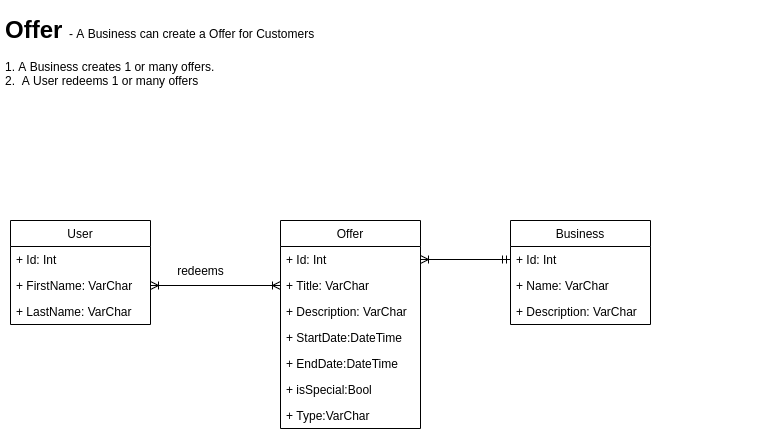
The draw.io diagram offer/docs/offer_erd.png in surajit003/mubango, before a commit. Source tidied: cells renumbered, new cells last; positions are measured from the earlier drawing's top-left corner, leaving out a move shared by most shapes. Its diagram source:
```xml
<mxGraphModel>
  <root>
    <mxCell id="0" />
    <mxCell id="1" parent="0" />
    <mxCell id="2" value="Offer" style="swimlane;fontStyle=0;horizontal=1;startSize=26;fillColor=none;" parent="1" vertex="1">
      <mxGeometry x="280" y="210" width="140" height="208" as="geometry" />
    </mxCell>
    <mxCell id="3" value="+ Id: Int" style="text;strokeColor=none;fillColor=none;align=left;verticalAlign=top;spacingLeft=4;spacingRight=4;overflow=hidden;points=[[0,0.5],[1,0.5]];portConstraint=eastwest;" parent="2" vertex="1">
      <mxGeometry y="26" width="140" height="26" as="geometry" />
    </mxCell>
    <mxCell id="4" value="+ Title: VarChar" style="text;strokeColor=none;fillColor=none;align=left;verticalAlign=top;spacingLeft=4;spacingRight=4;overflow=hidden;points=[[0,0.5],[1,0.5]];portConstraint=eastwest;" parent="2" vertex="1">
      <mxGeometry y="52" width="140" height="26" as="geometry" />
    </mxCell>
    <mxCell id="5" value="+ Description: VarChar" style="text;strokeColor=none;fillColor=none;align=left;verticalAlign=top;spacingLeft=4;spacingRight=4;overflow=hidden;" parent="2" vertex="1">
      <mxGeometry y="78" width="140" height="26" as="geometry" />
    </mxCell>
    <mxCell id="6" value="+ StartDate:DateTime" style="text;strokeColor=none;fillColor=none;align=left;verticalAlign=top;spacingLeft=4;spacingRight=4;overflow=hidden;" parent="2" vertex="1">
      <mxGeometry y="104" width="140" height="26" as="geometry" />
    </mxCell>
    <mxCell id="7" value="+ EndDate:DateTime" style="text;strokeColor=none;fillColor=none;align=left;verticalAlign=top;spacingLeft=4;spacingRight=4;overflow=hidden;" parent="2" vertex="1">
      <mxGeometry y="130" width="140" height="26" as="geometry" />
    </mxCell>
    <mxCell id="8" value="+ isSpecial:Bool" style="text;strokeColor=none;fillColor=none;align=left;verticalAlign=top;spacingLeft=4;spacingRight=4;overflow=hidden;" parent="2" vertex="1">
      <mxGeometry y="156" width="140" height="26" as="geometry" />
    </mxCell>
    <mxCell id="9" value="+ Type:VarChar" style="text;strokeColor=none;fillColor=none;align=left;verticalAlign=top;spacingLeft=4;spacingRight=4;overflow=hidden;" parent="2" vertex="1">
      <mxGeometry y="182" width="140" height="26" as="geometry" />
    </mxCell>
    <mxCell id="10" value="&lt;h1&gt;&lt;span&gt;Offer &lt;span style=&quot;font-size: 12px ; font-weight: 400&quot;&gt;- A Business can create a Offer for Customers&lt;/span&gt;&lt;/span&gt;&lt;br&gt;&lt;/h1&gt;&lt;div&gt;&lt;span&gt;&lt;span style=&quot;font-size: 12px ; font-weight: 400&quot;&gt;1. A Business creates 1 or many offers.&lt;/span&gt;&lt;/span&gt;&lt;/div&gt;&lt;div&gt;&lt;span&gt;&lt;span style=&quot;font-size: 12px ; font-weight: 400&quot;&gt;2.&amp;nbsp; A User redeems 1 or many offers&lt;/span&gt;&lt;/span&gt;&lt;/div&gt;" style="text;html=1;strokeColor=none;fillColor=none;spacing=5;spacingTop=-20;whiteSpace=wrap;overflow=hidden;rounded=0;" parent="1" vertex="1">
      <mxGeometry width="770" height="120" as="geometry" />
    </mxCell>
    <mxCell id="11" value="Business" style="swimlane;fontStyle=0;horizontal=1;startSize=26;fillColor=none;" parent="1" vertex="1">
      <mxGeometry x="510" y="210" width="140" height="104" as="geometry" />
    </mxCell>
    <mxCell id="12" value="+ Id: Int" style="text;strokeColor=none;fillColor=none;align=left;verticalAlign=top;spacingLeft=4;spacingRight=4;overflow=hidden;points=[[0,0.5],[1,0.5]];portConstraint=eastwest;" parent="11" vertex="1">
      <mxGeometry y="26" width="140" height="26" as="geometry" />
    </mxCell>
    <mxCell id="13" value="+ Name: VarChar" style="text;strokeColor=none;fillColor=none;align=left;verticalAlign=top;spacingLeft=4;spacingRight=4;overflow=hidden;" parent="11" vertex="1">
      <mxGeometry y="52" width="140" height="26" as="geometry" />
    </mxCell>
    <mxCell id="14" value="+ Description: VarChar" style="text;strokeColor=none;fillColor=none;align=left;verticalAlign=top;spacingLeft=4;spacingRight=4;overflow=hidden;" parent="11" vertex="1">
      <mxGeometry y="78" width="140" height="26" as="geometry" />
    </mxCell>
    <mxCell id="15" style="edgeStyle=orthogonalEdgeStyle;rounded=0;jettySize=auto;html=1;entryX=1;entryY=0.5;entryDx=0;entryDy=0;startArrow=ERmandOne;startFill=0;endArrow=ERoneToMany;endFill=0;" parent="1" edge="1" source="12" target="3">
      <mxGeometry relative="1" as="geometry" />
    </mxCell>
    <mxCell id="16" value="User" style="swimlane;fontStyle=0;horizontal=1;startSize=26;fillColor=none;" parent="1" vertex="1">
      <mxGeometry x="10" y="210" width="140" height="104" as="geometry" />
    </mxCell>
    <mxCell id="17" value="+ Id: Int" style="text;strokeColor=none;fillColor=none;align=left;verticalAlign=top;spacingLeft=4;spacingRight=4;overflow=hidden;" parent="16" vertex="1">
      <mxGeometry y="26" width="140" height="26" as="geometry" />
    </mxCell>
    <mxCell id="18" value="+ FirstName: VarChar" style="text;strokeColor=none;fillColor=none;align=left;verticalAlign=top;spacingLeft=4;spacingRight=4;overflow=hidden;points=[[0,0.5],[1,0.5]];portConstraint=eastwest;" parent="16" vertex="1">
      <mxGeometry y="52" width="140" height="26" as="geometry" />
    </mxCell>
    <mxCell id="19" value="+ LastName: VarChar" style="text;strokeColor=none;fillColor=none;align=left;verticalAlign=top;spacingLeft=4;spacingRight=4;overflow=hidden;" parent="16" vertex="1">
      <mxGeometry y="78" width="140" height="26" as="geometry" />
    </mxCell>
    <mxCell id="20" style="edgeStyle=orthogonalEdgeStyle;rounded=0;jettySize=auto;html=1;exitX=1;exitY=0.5;exitDx=0;exitDy=0;entryX=0;entryY=0.5;entryDx=0;entryDy=0;startArrow=ERoneToMany;startFill=0;endArrow=ERoneToMany;endFill=0;" parent="1" edge="1" source="18" target="4">
      <mxGeometry relative="1" as="geometry" />
    </mxCell>
    <mxCell id="21" value="redeems" style="text;html=1;align=center;verticalAlign=middle;" parent="1" vertex="1">
      <mxGeometry x="170" y="250" width="60" height="20" as="geometry" />
    </mxCell>
  </root>
</mxGraphModel>
```
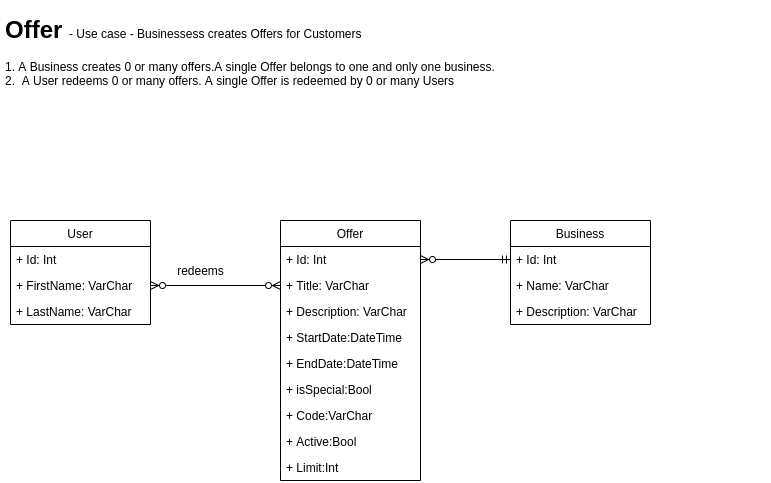
Above is the later version.

Diff of the diagram source:
```diff
@@ -3,7 +3,7 @@
     <mxCell id="0" />
     <mxCell id="1" parent="0" />
     <mxCell id="2" value="Offer" style="swimlane;fontStyle=0;horizontal=1;startSize=26;fillColor=none;" parent="1" vertex="1">
-      <mxGeometry x="280" y="210" width="140" height="208" as="geometry" />
+      <mxGeometry x="280" y="210" width="140" height="260" as="geometry" />
     </mxCell>
     <mxCell id="3" value="+ Id: Int" style="text;strokeColor=none;fillColor=none;align=left;verticalAlign=top;spacingLeft=4;spacingRight=4;overflow=hidden;points=[[0,0.5],[1,0.5]];portConstraint=eastwest;" parent="2" vertex="1">
       <mxGeometry y="26" width="140" height="26" as="geometry" />
@@ -23,10 +23,16 @@
     <mxCell id="8" value="+ isSpecial:Bool" style="text;strokeColor=none;fillColor=none;align=left;verticalAlign=top;spacingLeft=4;spacingRight=4;overflow=hidden;" parent="2" vertex="1">
       <mxGeometry y="156" width="140" height="26" as="geometry" />
     </mxCell>
-    <mxCell id="9" value="+ Type:VarChar" style="text;strokeColor=none;fillColor=none;align=left;verticalAlign=top;spacingLeft=4;spacingRight=4;overflow=hidden;" parent="2" vertex="1">
+    <mxCell id="9" value="+ Code:VarChar" style="text;strokeColor=none;fillColor=none;align=left;verticalAlign=top;spacingLeft=4;spacingRight=4;overflow=hidden;" parent="2" vertex="1">
       <mxGeometry y="182" width="140" height="26" as="geometry" />
     </mxCell>
+    <mxCell id="22" value="+ Active:Bool" style="text;strokeColor=none;fillColor=none;align=left;verticalAlign=top;spacingLeft=4;spacingRight=4;overflow=hidden;" parent="2" vertex="1">
+      <mxGeometry y="208" width="140" height="26" as="geometry" />
+    </mxCell>
+    <mxCell id="23" value="+ Limit:Int" style="text;strokeColor=none;fillColor=none;align=left;verticalAlign=top;spacingLeft=4;spacingRight=4;overflow=hidden;" parent="2" vertex="1">
+      <mxGeometry y="234" width="140" height="26" as="geometry" />
+    </mxCell>
-    <mxCell id="10" value="&lt;h1&gt;&lt;span&gt;Offer &lt;span style=&quot;font-size: 12px ; font-weight: 400&quot;&gt;- A Business can create a Offer for Customers&lt;/span&gt;&lt;/span&gt;&lt;br&gt;&lt;/h1&gt;&lt;div&gt;&lt;span&gt;&lt;span style=&quot;font-size: 12px ; font-weight: 400&quot;&gt;1. A Business creates 1 or many offers.&lt;/span&gt;&lt;/span&gt;&lt;/div&gt;&lt;div&gt;&lt;span&gt;&lt;span style=&quot;font-size: 12px ; font-weight: 400&quot;&gt;2.&amp;nbsp; A User redeems 1 or many offers&lt;/span&gt;&lt;/span&gt;&lt;/div&gt;" style="text;html=1;strokeColor=none;fillColor=none;spacing=5;spacingTop=-20;whiteSpace=wrap;overflow=hidden;rounded=0;" parent="1" vertex="1">
+    <mxCell id="10" value="&lt;h1&gt;&lt;span&gt;Offer &lt;span style=&quot;font-size: 12px ; font-weight: 400&quot;&gt;- Use case - Businessess creates Offers for Customers&lt;/span&gt;&lt;/span&gt;&lt;br&gt;&lt;/h1&gt;&lt;div&gt;&lt;span&gt;&lt;span style=&quot;font-size: 12px ; font-weight: 400&quot;&gt;1. A Business creates 0 or many offers.A single Offer belongs to one and only one business.&lt;/span&gt;&lt;/span&gt;&lt;/div&gt;&lt;div&gt;&lt;span&gt;&lt;span style=&quot;font-size: 12px ; font-weight: 400&quot;&gt;2.&amp;nbsp; A User redeems 0 or many offers. A single Offer is redeemed by 0 or many Users&lt;/span&gt;&lt;/span&gt;&lt;/div&gt;" style="text;html=1;strokeColor=none;fillColor=none;spacing=5;spacingTop=-20;whiteSpace=wrap;overflow=hidden;rounded=0;" parent="1" vertex="1">
       <mxGeometry width="770" height="120" as="geometry" />
     </mxCell>
     <mxCell id="11" value="Business" style="swimlane;fontStyle=0;horizontal=1;startSize=26;fillColor=none;" parent="1" vertex="1">
@@ -41,7 +47,7 @@
     <mxCell id="14" value="+ Description: VarChar" style="text;strokeColor=none;fillColor=none;align=left;verticalAlign=top;spacingLeft=4;spacingRight=4;overflow=hidden;" parent="11" vertex="1">
       <mxGeometry y="78" width="140" height="26" as="geometry" />
     </mxCell>
-    <mxCell id="15" style="edgeStyle=orthogonalEdgeStyle;rounded=0;jettySize=auto;html=1;entryX=1;entryY=0.5;entryDx=0;entryDy=0;startArrow=ERmandOne;startFill=0;endArrow=ERoneToMany;endFill=0;" parent="1" edge="1" source="12" target="3">
+    <mxCell id="15" style="edgeStyle=orthogonalEdgeStyle;rounded=0;jettySize=auto;html=1;entryX=1;entryY=0.5;entryDx=0;entryDy=0;startArrow=ERmandOne;startFill=0;endArrow=ERzeroToMany;endFill=1;" parent="1" edge="1" source="12" target="3">
       <mxGeometry relative="1" as="geometry" />
     </mxCell>
     <mxCell id="16" value="User" style="swimlane;fontStyle=0;horizontal=1;startSize=26;fillColor=none;" parent="1" vertex="1">
@@ -56,7 +62,7 @@
     <mxCell id="19" value="+ LastName: VarChar" style="text;strokeColor=none;fillColor=none;align=left;verticalAlign=top;spacingLeft=4;spacingRight=4;overflow=hidden;" parent="16" vertex="1">
       <mxGeometry y="78" width="140" height="26" as="geometry" />
     </mxCell>
-    <mxCell id="20" style="edgeStyle=orthogonalEdgeStyle;rounded=0;jettySize=auto;html=1;exitX=1;exitY=0.5;exitDx=0;exitDy=0;entryX=0;entryY=0.5;entryDx=0;entryDy=0;startArrow=ERoneToMany;startFill=0;endArrow=ERoneToMany;endFill=0;" parent="1" edge="1" source="18" target="4">
+    <mxCell id="20" style="edgeStyle=orthogonalEdgeStyle;rounded=0;jettySize=auto;html=1;exitX=1;exitY=0.5;exitDx=0;exitDy=0;entryX=0;entryY=0.5;entryDx=0;entryDy=0;startArrow=ERzeroToMany;startFill=1;endArrow=ERzeroToMany;endFill=1;" parent="1" edge="1" source="18" target="4">
       <mxGeometry relative="1" as="geometry" />
     </mxCell>
     <mxCell id="21" value="redeems" style="text;html=1;align=center;verticalAlign=middle;" parent="1" vertex="1">
```
